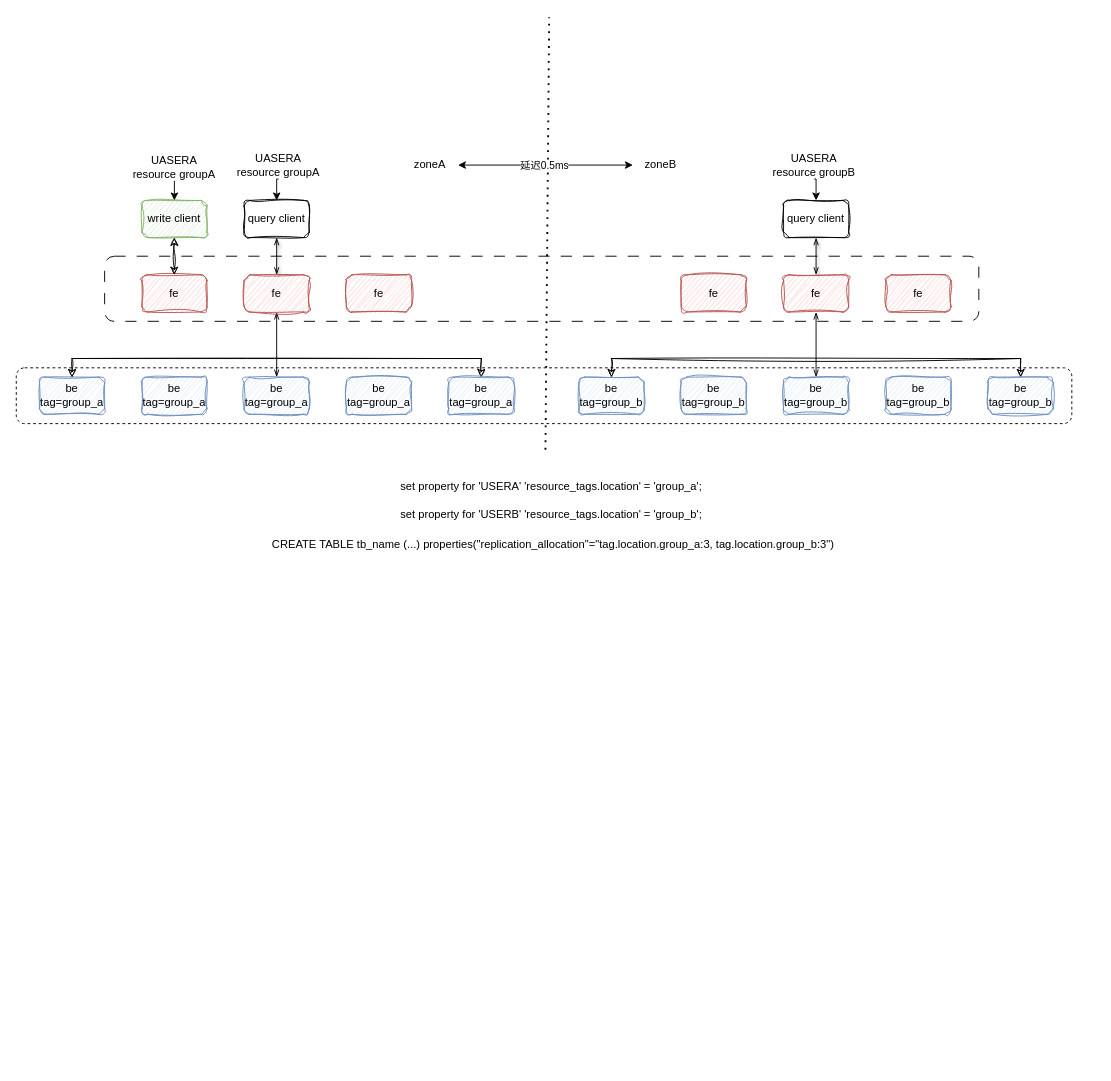
This is 1.drawio from casesdev/draw.io, a draw.io file, before an edit. Source tidied: cells renumbered, new cells numbered last; positions are measured from the earlier drawing's top-left corner, leaving out a move shared by most shapes. Both pictures are drawn from the tidied source at 93%, with x=0, y=0 at pixel (16, 17).
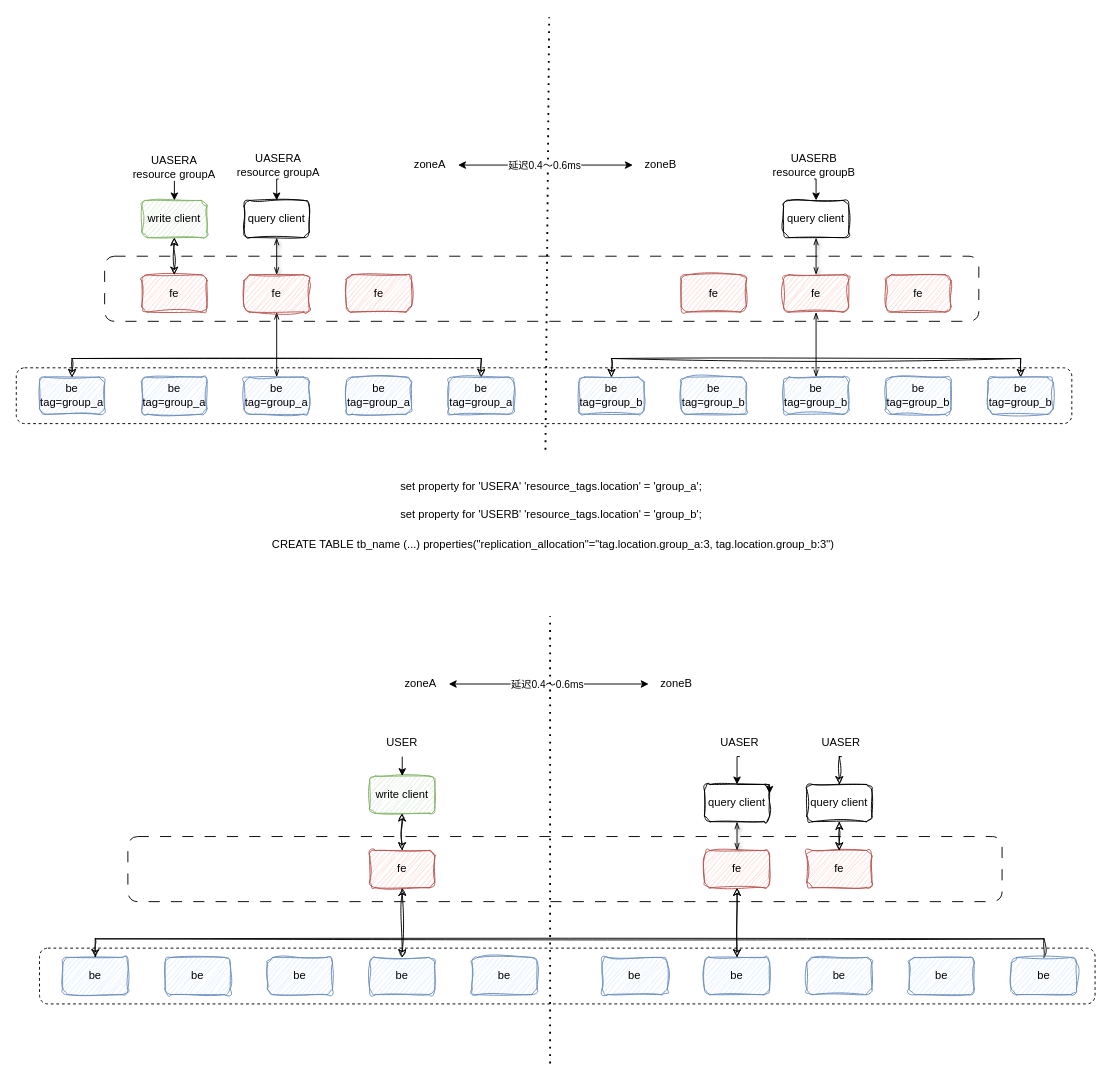
The same diagram, later.

The change refers to these unchanged cells:
```xml
<mxCell id="29" style="edgeStyle=orthogonalEdgeStyle;rounded=0;jettySize=auto;html=1;exitX=1;exitY=0.5;exitDx=0;exitDy=0;startArrow=classic;startFill=1;" parent="1" edge="1" source="31" target="32">
  <mxGeometry relative="1" as="geometry" />
</mxCell>
```

What changed in the source:
```diff
@@
-    <mxCell id="30" value="延迟0.5ms" style="edgeLabel;html=1;align=center;verticalAlign=middle;" parent="29" vertex="1">
+    <mxCell id="30" value="延迟0.4～0.6ms" style="edgeLabel;html=1;align=center;verticalAlign=middle;" parent="29" vertex="1">
       <mxGeometry x="-0.02" relative="1" as="geometry" />
     </mxCell>
@@
-    <mxCell id="36" value="UASERA&lt;br&gt;resource groupB" style="text;html=1;strokeColor=none;fillColor=none;align=center;verticalAlign=middle;whiteSpace=wrap;rounded=0;" parent="1" vertex="1">
+    <mxCell id="36" value="UASERB&lt;br&gt;resource groupB" style="text;html=1;strokeColor=none;fillColor=none;align=center;verticalAlign=middle;whiteSpace=wrap;rounded=0;" parent="1" vertex="1">
       <mxGeometry x="758" y="144" width="200" height="30" as="geometry" />
     </mxCell>
@@
+    <mxCell id="44" style="rounded=1;whiteSpace=wrap;html=1;dashed=1;" parent="1" vertex="1">
+      <mxGeometry x="25" y="1001" width="1135" height="60" as="geometry" />
+    </mxCell>
+    <mxCell id="45" style="rounded=1;whiteSpace=wrap;html=1;dashed=1;dashPattern=12 12;" parent="1" vertex="1">
+      <mxGeometry x="120" y="881" width="940" height="70" as="geometry" />
+    </mxCell>
+    <mxCell id="46" value="be" style="rounded=1;whiteSpace=wrap;html=1;sketch=1;curveFitting=1;jiggle=2;glass=0;fillColor=#dae8fc;strokeColor=#6c8ebf;" parent="1" vertex="1">
+      <mxGeometry x="50" y="1011" width="70" height="40" as="geometry" />
+    </mxCell>
+    <mxCell id="47" value="be" style="rounded=1;whiteSpace=wrap;html=1;sketch=1;curveFitting=1;jiggle=2;glass=0;fillColor=#dae8fc;strokeColor=#6c8ebf;" parent="1" vertex="1">
+      <mxGeometry x="160" y="1011" width="70" height="40" as="geometry" />
+    </mxCell>
+    <mxCell id="48" value="be" style="rounded=1;whiteSpace=wrap;html=1;sketch=1;curveFitting=1;jiggle=2;glass=0;fillColor=#dae8fc;strokeColor=#6c8ebf;" parent="1" vertex="1">
+      <mxGeometry x="270" y="1011" width="70" height="40" as="geometry" />
+    </mxCell>
+    <mxCell id="49" value="be" style="rounded=1;whiteSpace=wrap;html=1;sketch=1;curveFitting=1;jiggle=2;glass=0;fillColor=#dae8fc;strokeColor=#6c8ebf;" parent="1" vertex="1">
+      <mxGeometry x="380" y="1011" width="70" height="40" as="geometry" />
+    </mxCell>
+    <mxCell id="50" value="be" style="rounded=1;whiteSpace=wrap;html=1;sketch=1;curveFitting=1;jiggle=2;glass=0;fillColor=#dae8fc;strokeColor=#6c8ebf;" parent="1" vertex="1">
+      <mxGeometry x="490" y="1011" width="70" height="40" as="geometry" />
+    </mxCell>
+    <mxCell id="51" style="edgeStyle=orthogonalEdgeStyle;rounded=0;jettySize=auto;html=1;exitX=0.5;exitY=1;exitDx=0;exitDy=0;entryX=0.5;entryY=0;entryDx=0;entryDy=0;startArrow=classic;startFill=1;sketch=1;curveFitting=1;jiggle=2;" parent="1" edge="1" source="52" target="49">
+      <mxGeometry relative="1" as="geometry" />
+    </mxCell>
+    <mxCell id="52" value="fe" style="rounded=1;whiteSpace=wrap;html=1;sketch=1;curveFitting=1;jiggle=2;glass=0;fillColor=#f8cecc;strokeColor=#b85450;" parent="1" vertex="1">
+      <mxGeometry x="380" y="896" width="70" height="40" as="geometry" />
+    </mxCell>
+    <mxCell id="53" style="edgeStyle=orthogonalEdgeStyle;rounded=0;jettySize=auto;html=1;exitX=0.5;exitY=1;exitDx=0;exitDy=0;entryX=0.5;entryY=0;entryDx=0;entryDy=0;sketch=1;curveFitting=1;jiggle=2;startArrow=classic;startFill=1;" parent="1" edge="1" source="54" target="59">
+      <mxGeometry relative="1" as="geometry" />
+    </mxCell>
+    <mxCell id="54" value="fe" style="rounded=1;whiteSpace=wrap;html=1;sketch=1;curveFitting=1;jiggle=2;glass=0;fillColor=#f8cecc;strokeColor=#b85450;" parent="1" vertex="1">
+      <mxGeometry x="740" y="896" width="70" height="40" as="geometry" />
+    </mxCell>
+    <mxCell id="55" value="fe" style="rounded=1;whiteSpace=wrap;html=1;sketch=1;curveFitting=1;jiggle=2;glass=0;fillColor=#f8cecc;strokeColor=#b85450;" parent="1" vertex="1">
+      <mxGeometry x="850" y="896" width="70" height="40" as="geometry" />
+    </mxCell>
+    <mxCell id="56" style="rounded=0;jettySize=auto;html=1;exitX=0.5;exitY=1;exitDx=0;exitDy=0;entryX=0.5;entryY=0;entryDx=0;entryDy=0;startArrow=openThin;startFill=0;endArrow=openThin;endFill=0;shadow=1;" parent="1" edge="1" source="57" target="54">
+      <mxGeometry relative="1" as="geometry" />
+    </mxCell>
+    <mxCell id="57" value="query client" style="rounded=1;whiteSpace=wrap;html=1;sketch=1;curveFitting=1;jiggle=2;glass=0;" parent="1" vertex="1">
+      <mxGeometry x="740" y="825" width="70" height="40" as="geometry" />
+    </mxCell>
+    <mxCell id="58" value="be" style="rounded=1;whiteSpace=wrap;html=1;sketch=1;curveFitting=1;jiggle=2;glass=0;fillColor=#dae8fc;strokeColor=#6c8ebf;" parent="1" vertex="1">
+      <mxGeometry x="630" y="1011" width="70" height="40" as="geometry" />
+    </mxCell>
+    <mxCell id="59" value="be" style="rounded=1;whiteSpace=wrap;html=1;sketch=1;curveFitting=1;jiggle=2;glass=0;fillColor=#dae8fc;strokeColor=#6c8ebf;" parent="1" vertex="1">
+      <mxGeometry x="740" y="1011" width="70" height="40" as="geometry" />
+    </mxCell>
+    <mxCell id="60" value="be" style="rounded=1;whiteSpace=wrap;html=1;sketch=1;curveFitting=1;jiggle=2;glass=0;fillColor=#dae8fc;strokeColor=#6c8ebf;" parent="1" vertex="1">
+      <mxGeometry x="850" y="1011" width="70" height="40" as="geometry" />
+    </mxCell>
+    <mxCell id="61" value="be" style="rounded=1;whiteSpace=wrap;html=1;sketch=1;curveFitting=1;jiggle=2;glass=0;fillColor=#dae8fc;strokeColor=#6c8ebf;" parent="1" vertex="1">
+      <mxGeometry x="960" y="1011" width="70" height="40" as="geometry" />
+    </mxCell>
+    <mxCell id="62" style="edgeStyle=orthogonalEdgeStyle;rounded=0;jettySize=auto;html=1;exitX=0.5;exitY=0;exitDx=0;exitDy=0;entryX=0.5;entryY=0;entryDx=0;entryDy=0;sketch=1;curveFitting=1;jiggle=2;" parent="1" edge="1" source="63" target="46">
+      <mxGeometry relative="1" as="geometry" />
+    </mxCell>
+    <mxCell id="63" value="be" style="rounded=1;whiteSpace=wrap;html=1;sketch=1;curveFitting=1;jiggle=2;glass=0;fillColor=#dae8fc;strokeColor=#6c8ebf;" parent="1" vertex="1">
+      <mxGeometry x="1070" y="1011" width="70" height="40" as="geometry" />
+    </mxCell>
+    <mxCell id="64" style="edgeStyle=orthogonalEdgeStyle;rounded=0;jettySize=auto;html=1;exitX=1;exitY=0.5;exitDx=0;exitDy=0;startArrow=classic;startFill=1;" parent="1" edge="1" source="66" target="67">
+      <mxGeometry relative="1" as="geometry" />
+    </mxCell>
+    <mxCell id="65" value="延迟0.4～0.6ms" style="edgeLabel;html=1;align=center;verticalAlign=middle;" parent="64" vertex="1">
+      <mxGeometry x="-0.02" relative="1" as="geometry" />
+    </mxCell>
+    <mxCell id="66" value="zoneA" style="text;html=1;strokeColor=none;fillColor=none;align=center;verticalAlign=middle;whiteSpace=wrap;rounded=0;" parent="1" vertex="1">
+      <mxGeometry x="405" y="702" width="60" height="30" as="geometry" />
+    </mxCell>
+    <mxCell id="67" value="zoneB" style="text;html=1;strokeColor=none;fillColor=none;align=center;verticalAlign=middle;whiteSpace=wrap;rounded=0;" parent="1" vertex="1">
+      <mxGeometry x="680" y="702" width="60" height="30" as="geometry" />
+    </mxCell>
+    <mxCell id="68" style="edgeStyle=orthogonalEdgeStyle;rounded=0;jettySize=auto;html=1;exitX=0.5;exitY=1;exitDx=0;exitDy=0;entryX=0.5;entryY=0;entryDx=0;entryDy=0;" parent="1" edge="1" source="69" target="57">
+      <mxGeometry relative="1" as="geometry" />
+    </mxCell>
+    <mxCell id="69" value="UASER" style="text;html=1;strokeColor=none;fillColor=none;align=center;verticalAlign=middle;whiteSpace=wrap;rounded=0;" parent="1" vertex="1">
+      <mxGeometry x="678" y="765" width="200" height="30" as="geometry" />
+    </mxCell>
+    <mxCell id="70" style="edgeStyle=orthogonalEdgeStyle;rounded=0;jettySize=auto;html=1;exitX=0.5;exitY=1;exitDx=0;exitDy=0;entryX=0.5;entryY=0;entryDx=0;entryDy=0;startArrow=classic;startFill=1;sketch=1;curveFitting=1;jiggle=2;" parent="1" edge="1" source="71" target="52">
+      <mxGeometry relative="1" as="geometry" />
+    </mxCell>
+    <mxCell id="71" value="write client" style="rounded=1;whiteSpace=wrap;html=1;sketch=1;curveFitting=1;jiggle=2;glass=0;fillColor=#d5e8d4;strokeColor=#82b366;" parent="1" vertex="1">
+      <mxGeometry x="380" y="816" width="70" height="40" as="geometry" />
+    </mxCell>
+    <mxCell id="72" style="edgeStyle=orthogonalEdgeStyle;rounded=0;jettySize=auto;html=1;exitX=0.5;exitY=1;exitDx=0;exitDy=0;entryX=0.5;entryY=0;entryDx=0;entryDy=0;" parent="1" edge="1" source="73" target="71">
+      <mxGeometry relative="1" as="geometry" />
+    </mxCell>
+    <mxCell id="73" value="USER" style="text;html=1;strokeColor=none;fillColor=none;align=center;verticalAlign=middle;whiteSpace=wrap;rounded=0;" parent="1" vertex="1">
+      <mxGeometry x="315" y="765" width="200" height="30" as="geometry" />
+    </mxCell>
+    <mxCell id="74" style="endArrow=none;dashed=1;html=1;dashPattern=1 3;strokeWidth=2;rounded=0;" parent="1" edge="1">
+      <mxGeometry relative="1" as="geometry">
+        <mxPoint x="574" y="1125" as="sourcePoint" />
+        <mxPoint x="574" y="644" as="targetPoint" />
+      </mxGeometry>
+    </mxCell>
+    <mxCell id="75" style="edgeStyle=orthogonalEdgeStyle;rounded=0;orthogonalLoop=1;jettySize=auto;html=1;exitX=0.5;exitY=0;exitDx=0;exitDy=0;entryX=1;entryY=0.25;entryDx=0;entryDy=0;" parent="1" edge="1" source="57" target="57">
+      <mxGeometry relative="1" as="geometry" />
+    </mxCell>
+    <mxCell id="76" style="edgeStyle=orthogonalEdgeStyle;rounded=0;jettySize=auto;html=1;exitX=0.5;exitY=1;exitDx=0;exitDy=0;entryX=0.5;entryY=0;entryDx=0;entryDy=0;sketch=1;curveFitting=1;jiggle=2;" parent="1" edge="1" source="77" target="79">
+      <mxGeometry relative="1" as="geometry" />
+    </mxCell>
+    <mxCell id="77" value="UASER" style="text;html=1;strokeColor=none;fillColor=none;align=center;verticalAlign=middle;whiteSpace=wrap;rounded=0;" parent="1" vertex="1">
+      <mxGeometry x="787" y="765" width="200" height="30" as="geometry" />
+    </mxCell>
+    <mxCell id="78" style="edgeStyle=orthogonalEdgeStyle;rounded=0;jettySize=auto;html=1;exitX=0.5;exitY=1;exitDx=0;exitDy=0;entryX=0.5;entryY=0;entryDx=0;entryDy=0;sketch=1;curveFitting=1;jiggle=2;startArrow=classic;startFill=1;" parent="1" edge="1" source="79" target="55">
+      <mxGeometry relative="1" as="geometry" />
+    </mxCell>
+    <mxCell id="79" value="query client" style="rounded=1;whiteSpace=wrap;html=1;sketch=1;curveFitting=1;jiggle=2;glass=0;" parent="1" vertex="1">
+      <mxGeometry x="850" y="825" width="70" height="40" as="geometry" />
+    </mxCell>
```
